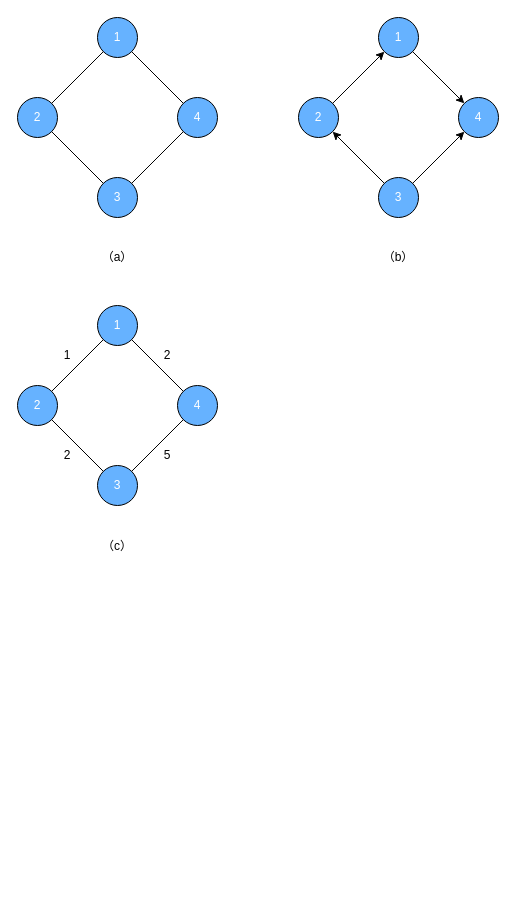
Earlier version of the draw.io diagram Graph/xml/graph.drawio (mstao/data-structures). Source tidied: cells renumbered, new cells numbered last; positions are measured from the earlier drawing's top-left corner, leaving out a move shared by most shapes. Both pictures are drawn from the tidied source at 100%, with x=0, y=0 at pixel (17, 17).
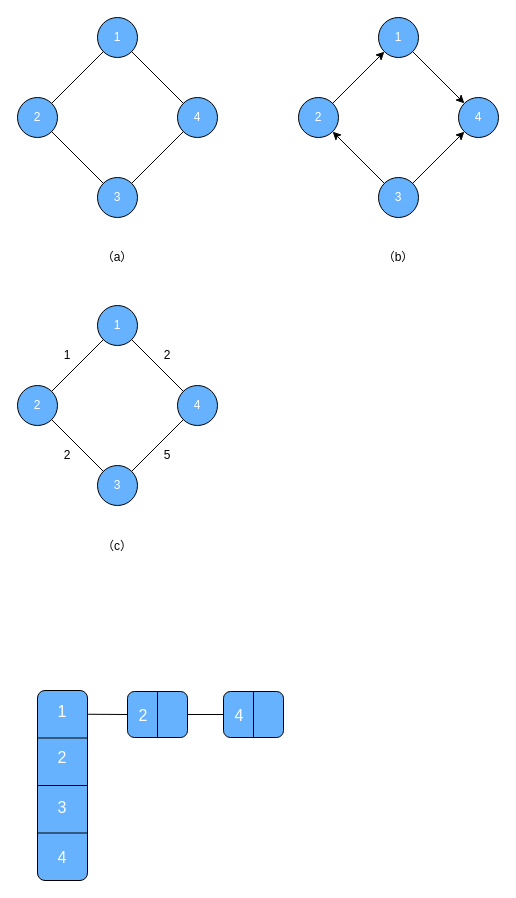
The same page after the edit.

The edit, as a diff of the source:
```diff
@@
+    <mxCell id="45" style="rounded=1;whiteSpace=wrap;html=1;fillColor=#66B2FF;" parent="1" vertex="1">
+      <mxGeometry x="20" y="673" width="50" height="190" as="geometry" />
+    </mxCell>
+    <mxCell id="46" style="endArrow=none;html=1;exitX=1;exitY=0.5;exitDx=0;exitDy=0;entryX=0;entryY=0.5;entryDx=0;entryDy=0;" parent="1" edge="1" source="45" target="45">
+      <mxGeometry relative="1" as="geometry" />
+    </mxCell>
+    <mxCell id="47" style="endArrow=none;html=1;exitX=1;exitY=0.25;exitDx=0;exitDy=0;entryX=0;entryY=0.25;entryDx=0;entryDy=0;" parent="1" edge="1" source="45" target="45">
+      <mxGeometry relative="1" as="geometry" />
+    </mxCell>
+    <mxCell id="48" style="endArrow=none;html=1;exitX=1;exitY=0.75;exitDx=0;exitDy=0;entryX=0;entryY=0.75;entryDx=0;entryDy=0;" parent="1" edge="1" source="45" target="45">
+      <mxGeometry relative="1" as="geometry" />
+    </mxCell>
+    <mxCell id="49" value="1" style="text;html=1;strokeColor=none;fillColor=none;align=center;verticalAlign=middle;whiteSpace=wrap;rounded=0;fontColor=#FFFFFF;fontSize=16;" parent="1" vertex="1">
+      <mxGeometry x="25" y="684" width="40" height="20" as="geometry" />
+    </mxCell>
+    <mxCell id="50" value="2" style="text;html=1;strokeColor=none;fillColor=none;align=center;verticalAlign=middle;whiteSpace=wrap;rounded=0;fontColor=#FFFFFF;fontSize=16;" parent="1" vertex="1">
+      <mxGeometry x="25" y="730" width="40" height="20" as="geometry" />
+    </mxCell>
+    <mxCell id="51" value="3" style="text;html=1;strokeColor=none;fillColor=none;align=center;verticalAlign=middle;whiteSpace=wrap;rounded=0;fontColor=#FFFFFF;fontSize=16;" parent="1" vertex="1">
+      <mxGeometry x="25" y="780" width="40" height="20" as="geometry" />
+    </mxCell>
+    <mxCell id="52" value="4" style="text;html=1;strokeColor=none;fillColor=none;align=center;verticalAlign=middle;whiteSpace=wrap;rounded=0;fontColor=#FFFFFF;fontSize=16;" parent="1" vertex="1">
+      <mxGeometry x="25" y="830" width="40" height="20" as="geometry" />
+    </mxCell>
+    <mxCell id="53" style="rounded=1;whiteSpace=wrap;html=1;fillColor=#66B2FF;fontSize=16;fontColor=#FFFFFF;" parent="1" vertex="1">
+      <mxGeometry x="110" y="674" width="60" height="46" as="geometry" />
+    </mxCell>
+    <mxCell id="54" style="endArrow=none;html=1;fontSize=16;fontColor=#FFFFFF;exitX=0.5;exitY=0;exitDx=0;exitDy=0;entryX=0.5;entryY=1;entryDx=0;entryDy=0;" parent="1" edge="1" source="53" target="53">
+      <mxGeometry relative="1" as="geometry" />
+    </mxCell>
+    <mxCell id="55" style="rounded=1;whiteSpace=wrap;html=1;fillColor=#66B2FF;fontSize=16;fontColor=#FFFFFF;" parent="1" vertex="1">
+      <mxGeometry x="206" y="674" width="60" height="46" as="geometry" />
+    </mxCell>
+    <mxCell id="56" style="endArrow=none;html=1;fontSize=16;fontColor=#FFFFFF;exitX=0.5;exitY=0;exitDx=0;exitDy=0;entryX=0.5;entryY=1;entryDx=0;entryDy=0;" parent="1" edge="1" source="55" target="55">
+      <mxGeometry relative="1" as="geometry" />
+    </mxCell>
+    <mxCell id="57" value="2" style="text;html=1;strokeColor=none;fillColor=none;align=center;verticalAlign=middle;whiteSpace=wrap;rounded=0;fontColor=#FFFFFF;fontSize=16;" parent="1" vertex="1">
+      <mxGeometry x="119" y="691" width="14" height="14" as="geometry" />
+    </mxCell>
+    <mxCell id="58" value="4" style="text;html=1;strokeColor=none;fillColor=none;align=center;verticalAlign=middle;whiteSpace=wrap;rounded=0;fontColor=#FFFFFF;fontSize=16;" parent="1" vertex="1">
+      <mxGeometry x="214" y="693" width="16" height="10" as="geometry" />
+    </mxCell>
+    <mxCell id="59" style="endArrow=none;html=1;fontSize=16;fontColor=#FFFFFF;exitX=1.013;exitY=0.125;exitDx=0;exitDy=0;exitPerimeter=0;entryX=0;entryY=0.5;entryDx=0;entryDy=0;" parent="1" edge="1" source="45" target="53">
+      <mxGeometry relative="1" as="geometry" />
+    </mxCell>
+    <mxCell id="60" style="endArrow=none;html=1;fontSize=16;fontColor=#FFFFFF;exitX=1;exitY=0.5;exitDx=0;exitDy=0;entryX=0;entryY=0.5;entryDx=0;entryDy=0;" parent="1" edge="1" source="53" target="55">
+      <mxGeometry relative="1" as="geometry" />
+    </mxCell>
```
